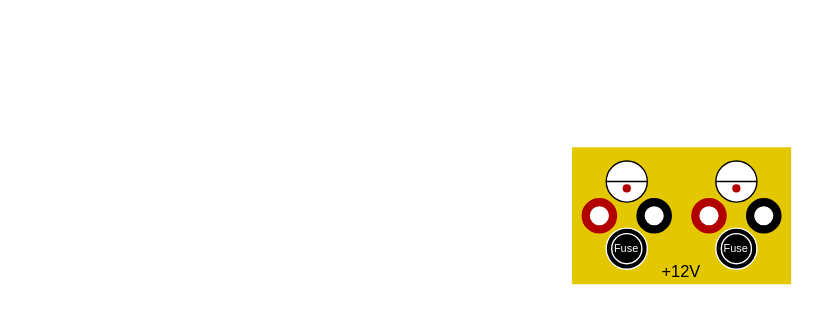
Before: page "Interface Panel" (2 of 2) of ATX Based Bench Power Supply.drawio in ChanEilFhios/circuits, a draw.io diagram. Source tidied: cells renumbered, new cells numbered last; positions are measured from the earlier drawing's top-left corner, leaving out a move shared by most shapes. Both pictures are drawn from the tidied source at 137%, with x=0, y=0 at pixel (571, 147).
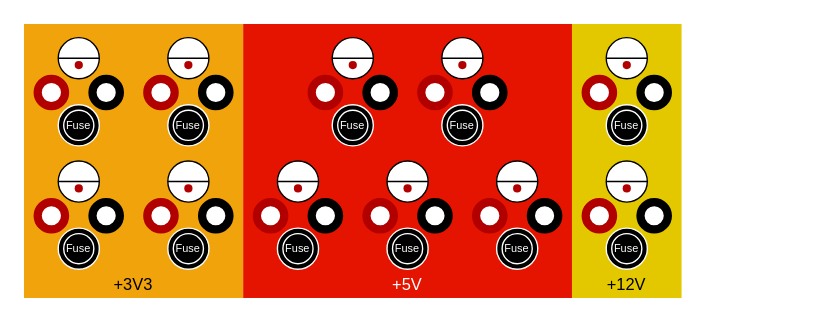
The same diagram, later.

Commit message:
Mock up all 24 pin voltages

Diff of the diagram source:
```diff
@@
+    <mxCell id="17" value="+3V3" style="rounded=0;whiteSpace=wrap;html=1;fillColor=#f0a30a;fontColor=#000000;strokeColor=none;verticalAlign=bottom;" parent="1" vertex="1">
+      <mxGeometry x="-400" y="-90" width="160" height="200" as="geometry" />
+    </mxCell>
+    <mxCell id="18" value="+5V" style="rounded=0;whiteSpace=wrap;html=1;fillColor=#e51400;fontColor=#ffffff;strokeColor=none;verticalAlign=bottom;" parent="1" vertex="1">
+      <mxGeometry x="-240" y="-90" width="240" height="200" as="geometry" />
+    </mxCell>
     <mxCell id="2" value="+12V" style="rounded=0;whiteSpace=wrap;html=1;fillColor=#e3c800;fontColor=#000000;strokeColor=none;verticalAlign=bottom;" parent="1" vertex="1">
-      <mxGeometry width="160" height="100" as="geometry" />
+      <mxGeometry y="-90" width="80" height="200" as="geometry" />
     </mxCell>
     <mxCell id="3" style="group;" parent="1" vertex="1">
-      <mxGeometry x="90" y="10" width="60" height="79" as="geometry" />
+      <mxGeometry x="10" y="-80" width="60" height="79" as="geometry" />
     </mxCell>
@@
+    <mxCell id="19" style="group;" parent="1" vertex="1">
+      <mxGeometry x="-70" y="10" width="60" height="79" as="geometry" />
+    </mxCell>
+    <mxCell id="20" style="verticalLabelPosition=bottom;shadow=0;dashed=0;align=center;html=1;verticalAlign=top;strokeWidth=6;shape=ellipse;perimeter=ellipsePerimeter;fillColor=#FFFFFF;strokeColor=#B20000;" parent="19" vertex="1">
+      <mxGeometry y="30" width="20" height="20" as="geometry" />
+    </mxCell>
+    <mxCell id="21" style="verticalLabelPosition=bottom;shadow=0;dashed=0;align=center;html=1;verticalAlign=top;strokeWidth=6;shape=ellipse;perimeter=ellipsePerimeter;" parent="19" vertex="1">
+      <mxGeometry x="40" y="30" width="20" height="20" as="geometry" />
+    </mxCell>
+    <mxCell id="22" style="group;verticalAlign=top;labelPosition=center;verticalLabelPosition=bottom;align=center;" parent="19" vertex="1">
+      <mxGeometry x="15" width="30" height="30" as="geometry" />
+    </mxCell>
+    <mxCell id="23" style="shape=lineEllipse;perimeter=ellipsePerimeter;whiteSpace=wrap;html=1;backgroundOutline=1;" parent="22" vertex="1">
+      <mxGeometry width="30" height="30" as="geometry" />
+    </mxCell>
+    <mxCell id="24" style="shape=waypoint;sketch=0;fillStyle=solid;size=6;fillColor=#e51400;perimeter=centerPerimeter;fontColor=#ffffff;strokeColor=#B20000;" parent="22" vertex="1">
+      <mxGeometry x="5" y="10" width="20" height="20" as="geometry" />
+    </mxCell>
+    <mxCell id="25" value="Fuse" style="ellipse;shape=doubleEllipse;whiteSpace=wrap;html=1;fontSize=8;fillColor=#000000;strokeColor=#FFFFFF;fontColor=#FFFFFF;" parent="19" vertex="1">
+      <mxGeometry x="15" y="49" width="30" height="30" as="geometry" />
+    </mxCell>
+    <mxCell id="26" style="group;" parent="1" vertex="1">
+      <mxGeometry x="-150" y="10" width="60" height="79" as="geometry" />
+    </mxCell>
+    <mxCell id="27" style="verticalLabelPosition=bottom;shadow=0;dashed=0;align=center;html=1;verticalAlign=top;strokeWidth=6;shape=ellipse;perimeter=ellipsePerimeter;fillColor=#FFFFFF;strokeColor=#B20000;" parent="26" vertex="1">
+      <mxGeometry y="30" width="20" height="20" as="geometry" />
+    </mxCell>
+    <mxCell id="28" style="verticalLabelPosition=bottom;shadow=0;dashed=0;align=center;html=1;verticalAlign=top;strokeWidth=6;shape=ellipse;perimeter=ellipsePerimeter;" parent="26" vertex="1">
+      <mxGeometry x="40" y="30" width="20" height="20" as="geometry" />
+    </mxCell>
+    <mxCell id="29" style="group;verticalAlign=top;labelPosition=center;verticalLabelPosition=bottom;align=center;" parent="26" vertex="1">
+      <mxGeometry x="15" width="30" height="30" as="geometry" />
+    </mxCell>
+    <mxCell id="30" style="shape=lineEllipse;perimeter=ellipsePerimeter;whiteSpace=wrap;html=1;backgroundOutline=1;" parent="29" vertex="1">
+      <mxGeometry width="30" height="30" as="geometry" />
+    </mxCell>
+    <mxCell id="31" style="shape=waypoint;sketch=0;fillStyle=solid;size=6;fillColor=#e51400;perimeter=centerPerimeter;fontColor=#ffffff;strokeColor=#B20000;" parent="29" vertex="1">
+      <mxGeometry x="5" y="10" width="20" height="20" as="geometry" />
+    </mxCell>
+    <mxCell id="32" value="Fuse" style="ellipse;shape=doubleEllipse;whiteSpace=wrap;html=1;fontSize=8;fillColor=#000000;strokeColor=#FFFFFF;fontColor=#FFFFFF;" parent="26" vertex="1">
+      <mxGeometry x="15" y="49" width="30" height="30" as="geometry" />
+    </mxCell>
+    <mxCell id="33" style="group;" parent="1" vertex="1">
+      <mxGeometry x="-230" y="10" width="60" height="79" as="geometry" />
+    </mxCell>
+    <mxCell id="34" style="verticalLabelPosition=bottom;shadow=0;dashed=0;align=center;html=1;verticalAlign=top;strokeWidth=6;shape=ellipse;perimeter=ellipsePerimeter;fillColor=#FFFFFF;strokeColor=#B20000;" parent="33" vertex="1">
+      <mxGeometry y="30" width="20" height="20" as="geometry" />
+    </mxCell>
+    <mxCell id="35" style="verticalLabelPosition=bottom;shadow=0;dashed=0;align=center;html=1;verticalAlign=top;strokeWidth=6;shape=ellipse;perimeter=ellipsePerimeter;" parent="33" vertex="1">
+      <mxGeometry x="40" y="30" width="20" height="20" as="geometry" />
+    </mxCell>
+    <mxCell id="36" style="group;verticalAlign=top;labelPosition=center;verticalLabelPosition=bottom;align=center;" parent="33" vertex="1">
+      <mxGeometry x="15" width="30" height="30" as="geometry" />
+    </mxCell>
+    <mxCell id="37" style="shape=lineEllipse;perimeter=ellipsePerimeter;whiteSpace=wrap;html=1;backgroundOutline=1;" parent="36" vertex="1">
+      <mxGeometry width="30" height="30" as="geometry" />
+    </mxCell>
+    <mxCell id="38" style="shape=waypoint;sketch=0;fillStyle=solid;size=6;fillColor=#e51400;perimeter=centerPerimeter;fontColor=#ffffff;strokeColor=#B20000;" parent="36" vertex="1">
+      <mxGeometry x="5" y="10" width="20" height="20" as="geometry" />
+    </mxCell>
+    <mxCell id="39" value="Fuse" style="ellipse;shape=doubleEllipse;whiteSpace=wrap;html=1;fontSize=8;fillColor=#000000;strokeColor=#FFFFFF;fontColor=#FFFFFF;" parent="33" vertex="1">
+      <mxGeometry x="15" y="49" width="30" height="30" as="geometry" />
+    </mxCell>
+    <mxCell id="40" style="group;" parent="1" vertex="1">
+      <mxGeometry x="-110" y="-80" width="60" height="79" as="geometry" />
+    </mxCell>
+    <mxCell id="41" style="verticalLabelPosition=bottom;shadow=0;dashed=0;align=center;html=1;verticalAlign=top;strokeWidth=6;shape=ellipse;perimeter=ellipsePerimeter;fillColor=#FFFFFF;strokeColor=#B20000;" parent="40" vertex="1">
+      <mxGeometry y="30" width="20" height="20" as="geometry" />
+    </mxCell>
+    <mxCell id="42" style="verticalLabelPosition=bottom;shadow=0;dashed=0;align=center;html=1;verticalAlign=top;strokeWidth=6;shape=ellipse;perimeter=ellipsePerimeter;" parent="40" vertex="1">
+      <mxGeometry x="40" y="30" width="20" height="20" as="geometry" />
+    </mxCell>
+    <mxCell id="43" style="group;verticalAlign=top;labelPosition=center;verticalLabelPosition=bottom;align=center;" parent="40" vertex="1">
+      <mxGeometry x="15" width="30" height="30" as="geometry" />
+    </mxCell>
+    <mxCell id="44" style="shape=lineEllipse;perimeter=ellipsePerimeter;whiteSpace=wrap;html=1;backgroundOutline=1;" parent="43" vertex="1">
+      <mxGeometry width="30" height="30" as="geometry" />
+    </mxCell>
+    <mxCell id="45" style="shape=waypoint;sketch=0;fillStyle=solid;size=6;fillColor=#e51400;perimeter=centerPerimeter;fontColor=#ffffff;strokeColor=#B20000;" parent="43" vertex="1">
+      <mxGeometry x="5" y="10" width="20" height="20" as="geometry" />
+    </mxCell>
+    <mxCell id="46" value="Fuse" style="ellipse;shape=doubleEllipse;whiteSpace=wrap;html=1;fontSize=8;fillColor=#000000;strokeColor=#FFFFFF;fontColor=#FFFFFF;" parent="40" vertex="1">
+      <mxGeometry x="15" y="49" width="30" height="30" as="geometry" />
+    </mxCell>
+    <mxCell id="47" style="group;" parent="1" vertex="1">
+      <mxGeometry x="-190" y="-80" width="60" height="79" as="geometry" />
+    </mxCell>
+    <mxCell id="48" style="verticalLabelPosition=bottom;shadow=0;dashed=0;align=center;html=1;verticalAlign=top;strokeWidth=6;shape=ellipse;perimeter=ellipsePerimeter;fillColor=#FFFFFF;strokeColor=#B20000;" parent="47" vertex="1">
+      <mxGeometry y="30" width="20" height="20" as="geometry" />
+    </mxCell>
+    <mxCell id="49" style="verticalLabelPosition=bottom;shadow=0;dashed=0;align=center;html=1;verticalAlign=top;strokeWidth=6;shape=ellipse;perimeter=ellipsePerimeter;" parent="47" vertex="1">
+      <mxGeometry x="40" y="30" width="20" height="20" as="geometry" />
+    </mxCell>
+    <mxCell id="50" style="group;verticalAlign=top;labelPosition=center;verticalLabelPosition=bottom;align=center;" parent="47" vertex="1">
+      <mxGeometry x="15" width="30" height="30" as="geometry" />
+    </mxCell>
+    <mxCell id="51" style="shape=lineEllipse;perimeter=ellipsePerimeter;whiteSpace=wrap;html=1;backgroundOutline=1;" parent="50" vertex="1">
+      <mxGeometry width="30" height="30" as="geometry" />
+    </mxCell>
+    <mxCell id="52" style="shape=waypoint;sketch=0;fillStyle=solid;size=6;fillColor=#e51400;perimeter=centerPerimeter;fontColor=#ffffff;strokeColor=#B20000;" parent="50" vertex="1">
+      <mxGeometry x="5" y="10" width="20" height="20" as="geometry" />
+    </mxCell>
+    <mxCell id="53" value="Fuse" style="ellipse;shape=doubleEllipse;whiteSpace=wrap;html=1;fontSize=8;fillColor=#000000;strokeColor=#FFFFFF;fontColor=#FFFFFF;" parent="47" vertex="1">
+      <mxGeometry x="15" y="49" width="30" height="30" as="geometry" />
+    </mxCell>
+    <mxCell id="54" style="group;" parent="1" vertex="1">
+      <mxGeometry x="-310" y="10" width="60" height="79" as="geometry" />
+    </mxCell>
+    <mxCell id="55" style="verticalLabelPosition=bottom;shadow=0;dashed=0;align=center;html=1;verticalAlign=top;strokeWidth=6;shape=ellipse;perimeter=ellipsePerimeter;fillColor=#FFFFFF;strokeColor=#B20000;" parent="54" vertex="1">
+      <mxGeometry y="30" width="20" height="20" as="geometry" />
+    </mxCell>
+    <mxCell id="56" style="verticalLabelPosition=bottom;shadow=0;dashed=0;align=center;html=1;verticalAlign=top;strokeWidth=6;shape=ellipse;perimeter=ellipsePerimeter;" parent="54" vertex="1">
+      <mxGeometry x="40" y="30" width="20" height="20" as="geometry" />
+    </mxCell>
+    <mxCell id="57" style="group;verticalAlign=top;labelPosition=center;verticalLabelPosition=bottom;align=center;" parent="54" vertex="1">
+      <mxGeometry x="15" width="30" height="30" as="geometry" />
+    </mxCell>
+    <mxCell id="58" style="shape=lineEllipse;perimeter=ellipsePerimeter;whiteSpace=wrap;html=1;backgroundOutline=1;" parent="57" vertex="1">
+      <mxGeometry width="30" height="30" as="geometry" />
+    </mxCell>
+    <mxCell id="59" style="shape=waypoint;sketch=0;fillStyle=solid;size=6;fillColor=#e51400;perimeter=centerPerimeter;fontColor=#ffffff;strokeColor=#B20000;" parent="57" vertex="1">
+      <mxGeometry x="5" y="10" width="20" height="20" as="geometry" />
+    </mxCell>
+    <mxCell id="60" value="Fuse" style="ellipse;shape=doubleEllipse;whiteSpace=wrap;html=1;fontSize=8;fillColor=#000000;strokeColor=#FFFFFF;fontColor=#FFFFFF;" parent="54" vertex="1">
+      <mxGeometry x="15" y="49" width="30" height="30" as="geometry" />
+    </mxCell>
+    <mxCell id="61" style="group;" parent="1" vertex="1">
+      <mxGeometry x="-390" y="10" width="60" height="79" as="geometry" />
+    </mxCell>
+    <mxCell id="62" style="verticalLabelPosition=bottom;shadow=0;dashed=0;align=center;html=1;verticalAlign=top;strokeWidth=6;shape=ellipse;perimeter=ellipsePerimeter;fillColor=#FFFFFF;strokeColor=#B20000;" parent="61" vertex="1">
+      <mxGeometry y="30" width="20" height="20" as="geometry" />
+    </mxCell>
+    <mxCell id="63" style="verticalLabelPosition=bottom;shadow=0;dashed=0;align=center;html=1;verticalAlign=top;strokeWidth=6;shape=ellipse;perimeter=ellipsePerimeter;" parent="61" vertex="1">
+      <mxGeometry x="40" y="30" width="20" height="20" as="geometry" />
+    </mxCell>
+    <mxCell id="64" style="group;verticalAlign=top;labelPosition=center;verticalLabelPosition=bottom;align=center;" parent="61" vertex="1">
+      <mxGeometry x="15" width="30" height="30" as="geometry" />
+    </mxCell>
+    <mxCell id="65" style="shape=lineEllipse;perimeter=ellipsePerimeter;whiteSpace=wrap;html=1;backgroundOutline=1;" parent="64" vertex="1">
+      <mxGeometry width="30" height="30" as="geometry" />
+    </mxCell>
+    <mxCell id="66" style="shape=waypoint;sketch=0;fillStyle=solid;size=6;fillColor=#e51400;perimeter=centerPerimeter;fontColor=#ffffff;strokeColor=#B20000;" parent="64" vertex="1">
+      <mxGeometry x="5" y="10" width="20" height="20" as="geometry" />
+    </mxCell>
+    <mxCell id="67" value="Fuse" style="ellipse;shape=doubleEllipse;whiteSpace=wrap;html=1;fontSize=8;fillColor=#000000;strokeColor=#FFFFFF;fontColor=#FFFFFF;" parent="61" vertex="1">
+      <mxGeometry x="15" y="49" width="30" height="30" as="geometry" />
+    </mxCell>
+    <mxCell id="68" style="group;" parent="1" vertex="1">
+      <mxGeometry x="-390" y="-80" width="60" height="79" as="geometry" />
+    </mxCell>
+    <mxCell id="69" style="verticalLabelPosition=bottom;shadow=0;dashed=0;align=center;html=1;verticalAlign=top;strokeWidth=6;shape=ellipse;perimeter=ellipsePerimeter;fillColor=#FFFFFF;strokeColor=#B20000;" parent="68" vertex="1">
+      <mxGeometry y="30" width="20" height="20" as="geometry" />
+    </mxCell>
+    <mxCell id="70" style="verticalLabelPosition=bottom;shadow=0;dashed=0;align=center;html=1;verticalAlign=top;strokeWidth=6;shape=ellipse;perimeter=ellipsePerimeter;" parent="68" vertex="1">
+      <mxGeometry x="40" y="30" width="20" height="20" as="geometry" />
+    </mxCell>
+    <mxCell id="71" style="group;verticalAlign=top;labelPosition=center;verticalLabelPosition=bottom;align=center;" parent="68" vertex="1">
+      <mxGeometry x="15" width="30" height="30" as="geometry" />
+    </mxCell>
+    <mxCell id="72" style="shape=lineEllipse;perimeter=ellipsePerimeter;whiteSpace=wrap;html=1;backgroundOutline=1;" parent="71" vertex="1">
+      <mxGeometry width="30" height="30" as="geometry" />
+    </mxCell>
+    <mxCell id="73" style="shape=waypoint;sketch=0;fillStyle=solid;size=6;fillColor=#e51400;perimeter=centerPerimeter;fontColor=#ffffff;strokeColor=#B20000;" parent="71" vertex="1">
+      <mxGeometry x="5" y="10" width="20" height="20" as="geometry" />
+    </mxCell>
+    <mxCell id="74" value="Fuse" style="ellipse;shape=doubleEllipse;whiteSpace=wrap;html=1;fontSize=8;fillColor=#000000;strokeColor=#FFFFFF;fontColor=#FFFFFF;" parent="68" vertex="1">
+      <mxGeometry x="15" y="49" width="30" height="30" as="geometry" />
+    </mxCell>
+    <mxCell id="75" style="group;" parent="1" vertex="1">
+      <mxGeometry x="-310" y="-80" width="60" height="79" as="geometry" />
+    </mxCell>
+    <mxCell id="76" style="verticalLabelPosition=bottom;shadow=0;dashed=0;align=center;html=1;verticalAlign=top;strokeWidth=6;shape=ellipse;perimeter=ellipsePerimeter;fillColor=#FFFFFF;strokeColor=#B20000;" parent="75" vertex="1">
+      <mxGeometry y="30" width="20" height="20" as="geometry" />
+    </mxCell>
+    <mxCell id="77" style="verticalLabelPosition=bottom;shadow=0;dashed=0;align=center;html=1;verticalAlign=top;strokeWidth=6;shape=ellipse;perimeter=ellipsePerimeter;" parent="75" vertex="1">
+      <mxGeometry x="40" y="30" width="20" height="20" as="geometry" />
+    </mxCell>
+    <mxCell id="78" style="group;verticalAlign=top;labelPosition=center;verticalLabelPosition=bottom;align=center;" parent="75" vertex="1">
+      <mxGeometry x="15" width="30" height="30" as="geometry" />
+    </mxCell>
+    <mxCell id="79" style="shape=lineEllipse;perimeter=ellipsePerimeter;whiteSpace=wrap;html=1;backgroundOutline=1;" parent="78" vertex="1">
+      <mxGeometry width="30" height="30" as="geometry" />
+    </mxCell>
+    <mxCell id="80" style="shape=waypoint;sketch=0;fillStyle=solid;size=6;fillColor=#e51400;perimeter=centerPerimeter;fontColor=#ffffff;strokeColor=#B20000;" parent="78" vertex="1">
+      <mxGeometry x="5" y="10" width="20" height="20" as="geometry" />
+    </mxCell>
+    <mxCell id="81" value="Fuse" style="ellipse;shape=doubleEllipse;whiteSpace=wrap;html=1;fontSize=8;fillColor=#000000;strokeColor=#FFFFFF;fontColor=#FFFFFF;" parent="75" vertex="1">
+      <mxGeometry x="15" y="49" width="30" height="30" as="geometry" />
+    </mxCell>
```
